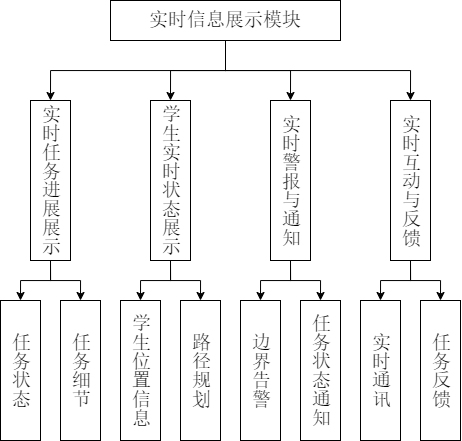
The draw.io diagram 学生端实时信息展示模块.drawio.png in w1791105996/About-CSS3, before a commit. Source tidied: cells renumbered, new cells last; positions are measured from the earlier drawing's top-left corner, leaving out a move shared by most shapes.
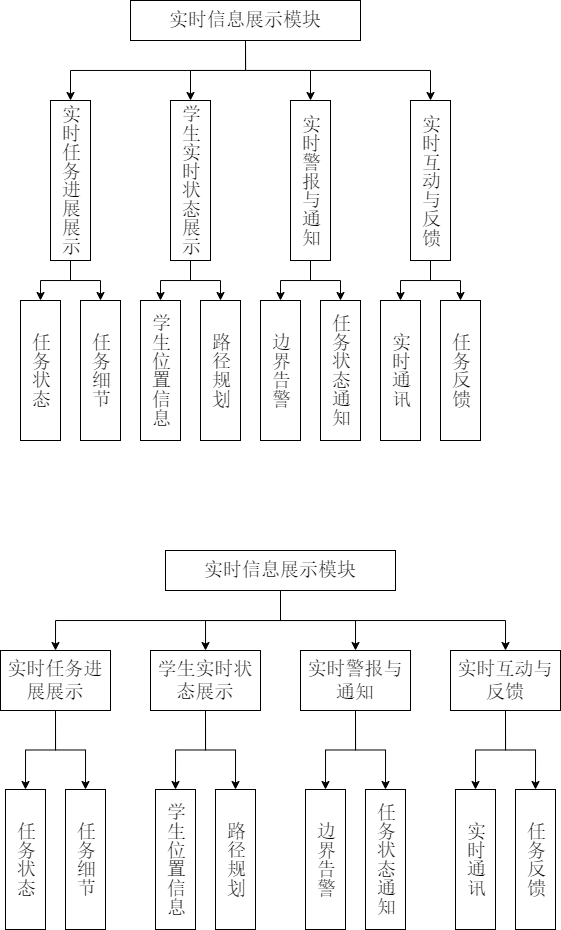
Above is the later version.

Commit message:
更新学生端实时信息展示模块.drawio.png

The edit, as a diff of the source:
```diff
@@ -77,5 +77,80 @@
     <mxCell id="26" value="任务反馈" style="rounded=0;whiteSpace=wrap;html=1;textDirection=vertical-lr;horizontal=1;fontFamily=宋体;spacingTop=0;fontSize=19;" parent="1" vertex="1">
       <mxGeometry x="420" y="300" width="40" height="140" as="geometry" />
     </mxCell>
+    <mxCell id="27" style="edgeStyle=orthogonalEdgeStyle;rounded=0;jettySize=auto;html=1;exitX=0.5;exitY=1;exitDx=0;exitDy=0;entryX=0.5;entryY=0;entryDx=0;entryDy=0;" parent="1" edge="1" source="31" target="37">
+      <mxGeometry relative="1" as="geometry" />
+    </mxCell>
+    <mxCell id="28" style="edgeStyle=orthogonalEdgeStyle;rounded=0;jettySize=auto;html=1;exitX=0.5;exitY=1;exitDx=0;exitDy=0;entryX=0.5;entryY=0;entryDx=0;entryDy=0;" parent="1" edge="1" source="31" target="34">
+      <mxGeometry relative="1" as="geometry" />
+    </mxCell>
+    <mxCell id="29" style="edgeStyle=orthogonalEdgeStyle;rounded=0;jettySize=auto;html=1;exitX=0.5;exitY=1;exitDx=0;exitDy=0;entryX=0.5;entryY=0;entryDx=0;entryDy=0;" parent="1" edge="1" source="31" target="40">
+      <mxGeometry relative="1" as="geometry" />
+    </mxCell>
+    <mxCell id="30" style="edgeStyle=orthogonalEdgeStyle;rounded=0;jettySize=auto;html=1;exitX=0.5;exitY=1;exitDx=0;exitDy=0;entryX=0.5;entryY=0;entryDx=0;entryDy=0;" parent="1" edge="1" source="31" target="49">
+      <mxGeometry relative="1" as="geometry" />
+    </mxCell>
+    <mxCell id="31" value="实时信息展示模块" style="rounded=0;whiteSpace=wrap;html=1;fontFamily=宋体;fontSize=19;" parent="1" vertex="1">
+      <mxGeometry x="145" y="550" width="230" height="40" as="geometry" />
+    </mxCell>
+    <mxCell id="32" style="edgeStyle=orthogonalEdgeStyle;rounded=0;jettySize=auto;html=1;entryX=0.5;entryY=0;entryDx=0;entryDy=0;exitX=0.5;exitY=1;exitDx=0;exitDy=0;" parent="1" edge="1" source="34" target="42">
+      <mxGeometry relative="1" as="geometry" />
+    </mxCell>
+    <mxCell id="33" style="edgeStyle=orthogonalEdgeStyle;rounded=0;jettySize=auto;html=1;exitX=0.5;exitY=1;exitDx=0;exitDy=0;entryX=0.5;entryY=0;entryDx=0;entryDy=0;" parent="1" edge="1" source="34" target="41">
+      <mxGeometry relative="1" as="geometry" />
+    </mxCell>
+    <mxCell id="34" value="实时任务进展展示" style="rounded=0;whiteSpace=wrap;html=1;horizontal=1;fontFamily=宋体;spacingTop=0;fontSize=19;" parent="1" vertex="1">
+      <mxGeometry x="-20" y="650" width="110" height="60" as="geometry" />
+    </mxCell>
+    <mxCell id="35" style="edgeStyle=orthogonalEdgeStyle;rounded=0;jettySize=auto;html=1;exitX=0.5;exitY=1;exitDx=0;exitDy=0;entryX=0.5;entryY=0;entryDx=0;entryDy=0;" parent="1" edge="1" source="37" target="43">
+      <mxGeometry relative="1" as="geometry" />
+    </mxCell>
+    <mxCell id="36" style="edgeStyle=orthogonalEdgeStyle;rounded=0;jettySize=auto;html=1;exitX=0.5;exitY=1;exitDx=0;exitDy=0;entryX=0.5;entryY=0;entryDx=0;entryDy=0;" parent="1" edge="1" source="37" target="44">
+      <mxGeometry relative="1" as="geometry" />
+    </mxCell>
+    <mxCell id="37" value="学生实时状态展示" style="rounded=0;whiteSpace=wrap;html=1;horizontal=1;fontFamily=宋体;spacingTop=0;fontSize=19;" parent="1" vertex="1">
+      <mxGeometry x="130" y="650" width="110" height="60" as="geometry" />
+    </mxCell>
+    <mxCell id="38" style="edgeStyle=orthogonalEdgeStyle;rounded=0;jettySize=auto;html=1;exitX=0.5;exitY=1;exitDx=0;exitDy=0;entryX=0.5;entryY=0;entryDx=0;entryDy=0;" parent="1" edge="1" source="40" target="45">
+      <mxGeometry relative="1" as="geometry" />
+    </mxCell>
+    <mxCell id="39" style="edgeStyle=orthogonalEdgeStyle;rounded=0;jettySize=auto;html=1;exitX=0.5;exitY=1;exitDx=0;exitDy=0;entryX=0.5;entryY=0;entryDx=0;entryDy=0;" parent="1" edge="1" source="40" target="46">
+      <mxGeometry relative="1" as="geometry" />
+    </mxCell>
+    <mxCell id="40" value="实时警报与通知" style="rounded=0;whiteSpace=wrap;html=1;horizontal=1;fontFamily=宋体;spacingTop=0;fontSize=19;" parent="1" vertex="1">
+      <mxGeometry x="280" y="650" width="110" height="60" as="geometry" />
+    </mxCell>
+    <mxCell id="41" value="任务状态" style="rounded=0;whiteSpace=wrap;html=1;textDirection=vertical-lr;horizontal=1;fontFamily=宋体;spacingTop=0;fontSize=19;" parent="1" vertex="1">
+      <mxGeometry x="-15" y="789" width="40" height="140" as="geometry" />
+    </mxCell>
+    <mxCell id="42" value="任务细节" style="rounded=0;whiteSpace=wrap;html=1;textDirection=vertical-lr;horizontal=1;fontFamily=宋体;spacingTop=0;fontSize=19;" parent="1" vertex="1">
+      <mxGeometry x="45" y="789" width="40" height="140" as="geometry" />
+    </mxCell>
+    <mxCell id="43" value="学生位置信息" style="rounded=0;whiteSpace=wrap;html=1;textDirection=vertical-lr;horizontal=1;fontFamily=宋体;spacingTop=0;fontSize=19;" parent="1" vertex="1">
+      <mxGeometry x="135" y="789" width="40" height="140" as="geometry" />
+    </mxCell>
+    <mxCell id="44" value="路径规划" style="rounded=0;whiteSpace=wrap;html=1;textDirection=vertical-lr;horizontal=1;fontFamily=宋体;spacingTop=0;fontSize=19;" parent="1" vertex="1">
+      <mxGeometry x="195" y="789" width="40" height="140" as="geometry" />
+    </mxCell>
+    <mxCell id="45" value="边界告警" style="rounded=0;whiteSpace=wrap;html=1;textDirection=vertical-lr;horizontal=1;fontFamily=宋体;spacingTop=0;fontSize=19;" parent="1" vertex="1">
+      <mxGeometry x="285" y="789" width="40" height="140" as="geometry" />
+    </mxCell>
+    <mxCell id="46" value="任务状态通知" style="rounded=0;whiteSpace=wrap;html=1;textDirection=vertical-lr;horizontal=1;fontFamily=宋体;spacingTop=0;fontSize=19;" parent="1" vertex="1">
+      <mxGeometry x="345" y="789" width="40" height="140" as="geometry" />
+    </mxCell>
+    <mxCell id="47" style="edgeStyle=orthogonalEdgeStyle;rounded=0;jettySize=auto;html=1;exitX=0.5;exitY=1;exitDx=0;exitDy=0;entryX=0.5;entryY=0;entryDx=0;entryDy=0;" parent="1" edge="1" source="49" target="50">
+      <mxGeometry relative="1" as="geometry" />
+    </mxCell>
+    <mxCell id="48" style="edgeStyle=orthogonalEdgeStyle;rounded=0;jettySize=auto;html=1;exitX=0.5;exitY=1;exitDx=0;exitDy=0;entryX=0.5;entryY=0;entryDx=0;entryDy=0;" parent="1" edge="1" source="49" target="51">
+      <mxGeometry relative="1" as="geometry" />
+    </mxCell>
+    <mxCell id="49" value="实时互动与反馈" style="rounded=0;whiteSpace=wrap;html=1;horizontal=1;fontFamily=宋体;spacingTop=0;fontSize=19;" parent="1" vertex="1">
+      <mxGeometry x="430" y="650" width="110" height="60" as="geometry" />
+    </mxCell>
+    <mxCell id="50" value="实时通讯" style="rounded=0;whiteSpace=wrap;html=1;textDirection=vertical-lr;horizontal=1;fontFamily=宋体;spacingTop=0;fontSize=19;" parent="1" vertex="1">
+      <mxGeometry x="435" y="789" width="40" height="140" as="geometry" />
+    </mxCell>
+    <mxCell id="51" value="任务反馈" style="rounded=0;whiteSpace=wrap;html=1;textDirection=vertical-lr;horizontal=1;fontFamily=宋体;spacingTop=0;fontSize=19;" parent="1" vertex="1">
+      <mxGeometry x="495" y="789" width="40" height="140" as="geometry" />
+    </mxCell>
   </root>
 </mxGraphModel>
```
